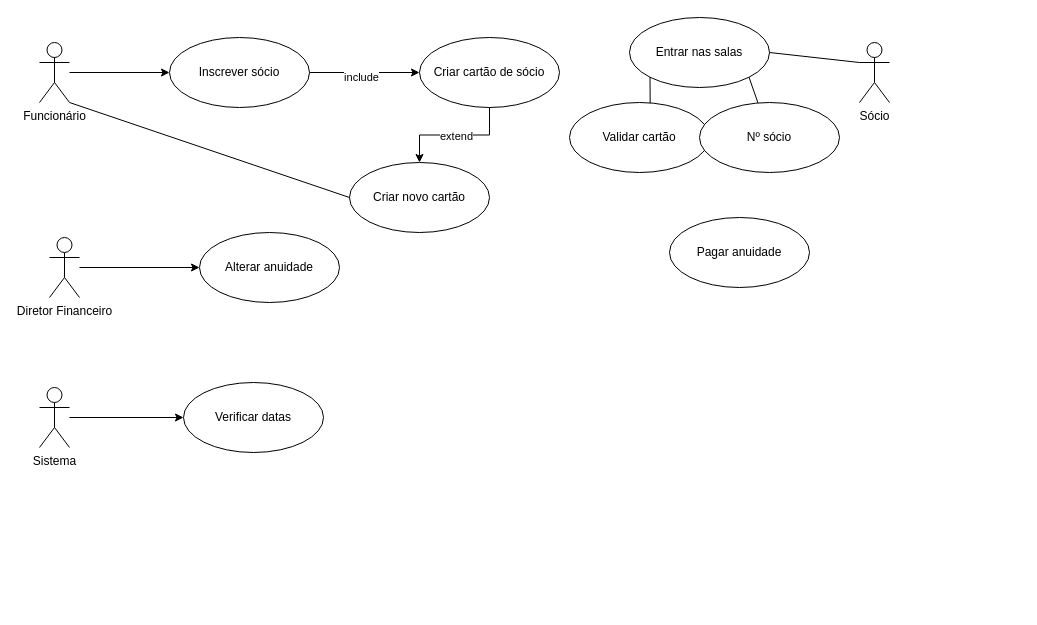
The draw.io diagram Ficha 2.drawio in danielarraiol02/tpsi-oop-2065422-25, before the edit. Source tidied: cells renumbered, new cells numbered last; positions are measured from the earlier drawing's top-left corner, leaving out a move shared by most shapes. Both pictures are drawn from the tidied source at 100%, with x=0, y=0 at pixel (39, 17).
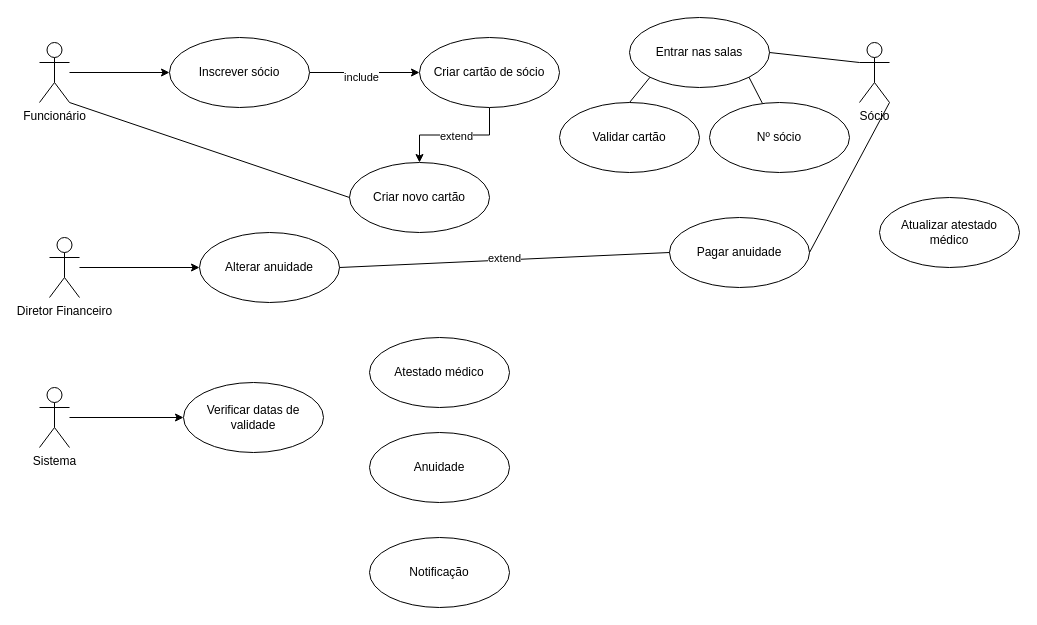
Above is the later version.

The change refers to these unchanged cells:
```xml
<mxCell id="13" value="Alterar anuidade" style="ellipse;whiteSpace=wrap;html=1;" parent="1" vertex="1">
  <mxGeometry x="160" y="215" width="140" height="70" as="geometry" />
</mxCell>
<mxCell id="17" value="Sócio" style="shape=umlActor;verticalLabelPosition=bottom;verticalAlign=top;html=1;" parent="1" vertex="1">
  <mxGeometry x="820" y="25" width="30" height="60" as="geometry" />
</mxCell>
<mxCell id="18" value="Entrar nas salas" style="ellipse;whiteSpace=wrap;html=1;" parent="1" vertex="1">
  <mxGeometry x="590" width="140" height="70" as="geometry" />
</mxCell>
<mxCell id="26" value="Pagar anuidade" style="ellipse;whiteSpace=wrap;html=1;" parent="1" vertex="1">
  <mxGeometry x="630" y="200" width="140" height="70" as="geometry" />
</mxCell>
```

What changed in the source:
```diff
@@
-    <mxCell id="16" value="Verificar datas" style="ellipse;whiteSpace=wrap;html=1;" parent="1" vertex="1">
+    <mxCell id="16" value="Verificar datas de validade" style="ellipse;whiteSpace=wrap;html=1;" parent="1" vertex="1">
       <mxGeometry x="144" y="365" width="140" height="70" as="geometry" />
     </mxCell>
@@
-    <mxCell id="22" style="endArrow=none;html=1;rounded=0;entryX=0;entryY=1;entryDx=0;entryDy=0;" parent="1" edge="1" target="18">
-      <mxGeometry relative="1" as="geometry">
-        <mxPoint x="611" y="140" as="sourcePoint" />
-      </mxGeometry>
+    <mxCell id="22" style="endArrow=none;html=1;rounded=0;entryX=0;entryY=1;entryDx=0;entryDy=0;exitX=0.5;exitY=0;exitDx=0;exitDy=0;" parent="1" edge="1" source="23" target="18">
+      <mxGeometry relative="1" as="geometry" />
     </mxCell>
     <mxCell id="23" value="Validar cartão" style="ellipse;whiteSpace=wrap;html=1;" parent="1" vertex="1">
-      <mxGeometry x="530" y="85" width="140" height="70" as="geometry" />
+      <mxGeometry x="520" y="85" width="140" height="70" as="geometry" />
     </mxCell>
@@
     <mxCell id="25" value="Nº sócio" style="ellipse;whiteSpace=wrap;html=1;" parent="1" vertex="1">
-      <mxGeometry x="660" y="85" width="140" height="70" as="geometry" />
+      <mxGeometry x="670" y="85" width="140" height="70" as="geometry" />
     </mxCell>
@@
+    <mxCell id="27" style="endArrow=none;html=1;rounded=0;exitX=1;exitY=1;exitDx=0;exitDy=0;exitPerimeter=0;entryX=1;entryY=0.5;entryDx=0;entryDy=0;" parent="1" edge="1" source="17" target="26">
+      <mxGeometry relative="1" as="geometry" />
+    </mxCell>
+    <mxCell id="28" style="endArrow=none;html=1;rounded=0;exitX=1;exitY=0.5;exitDx=0;exitDy=0;entryX=0;entryY=0.5;entryDx=0;entryDy=0;" parent="1" edge="1" source="13" target="26">
+      <mxGeometry relative="1" as="geometry" />
+    </mxCell>
+    <mxCell id="29" value="extend" style="edgeLabel;html=1;align=center;verticalAlign=middle;" parent="28" vertex="1">
+      <mxGeometry y="2" relative="1" as="geometry" />
+    </mxCell>
+    <mxCell id="30" value="Atualizar atestado médico" style="ellipse;whiteSpace=wrap;html=1;" parent="1" vertex="1">
+      <mxGeometry x="840" y="180" width="140" height="70" as="geometry" />
+    </mxCell>
+    <mxCell id="31" value="Atestado médico" style="ellipse;whiteSpace=wrap;html=1;" parent="1" vertex="1">
+      <mxGeometry x="330" y="320" width="140" height="70" as="geometry" />
+    </mxCell>
+    <mxCell id="32" value="Anuidade" style="ellipse;whiteSpace=wrap;html=1;" parent="1" vertex="1">
+      <mxGeometry x="330" y="415" width="140" height="70" as="geometry" />
+    </mxCell>
+    <mxCell id="33" value="Notificação" style="ellipse;whiteSpace=wrap;html=1;" parent="1" vertex="1">
+      <mxGeometry x="330" y="520" width="140" height="70" as="geometry" />
+    </mxCell>
```
